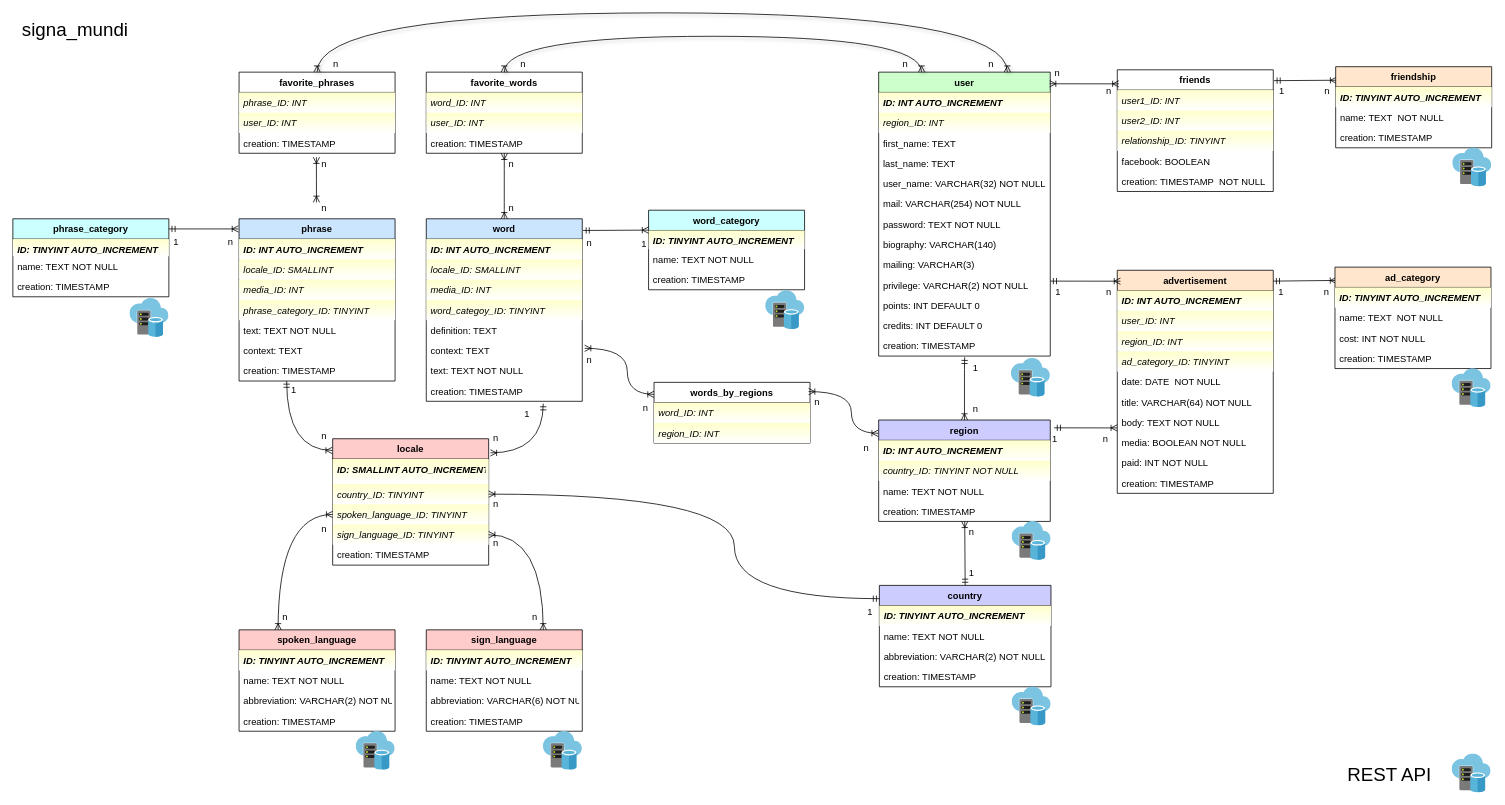
Above: SQL/Diagram.drawio in Dialvive/HandsApp-API (draw.io), before the change. Source tidied: cells renumbered, new cells numbered last; positions are measured from the earlier drawing's top-left corner, leaving out a move shared by most shapes. Both pictures are drawn from the tidied source at 78%, with x=0, y=0 at pixel (12, 12).
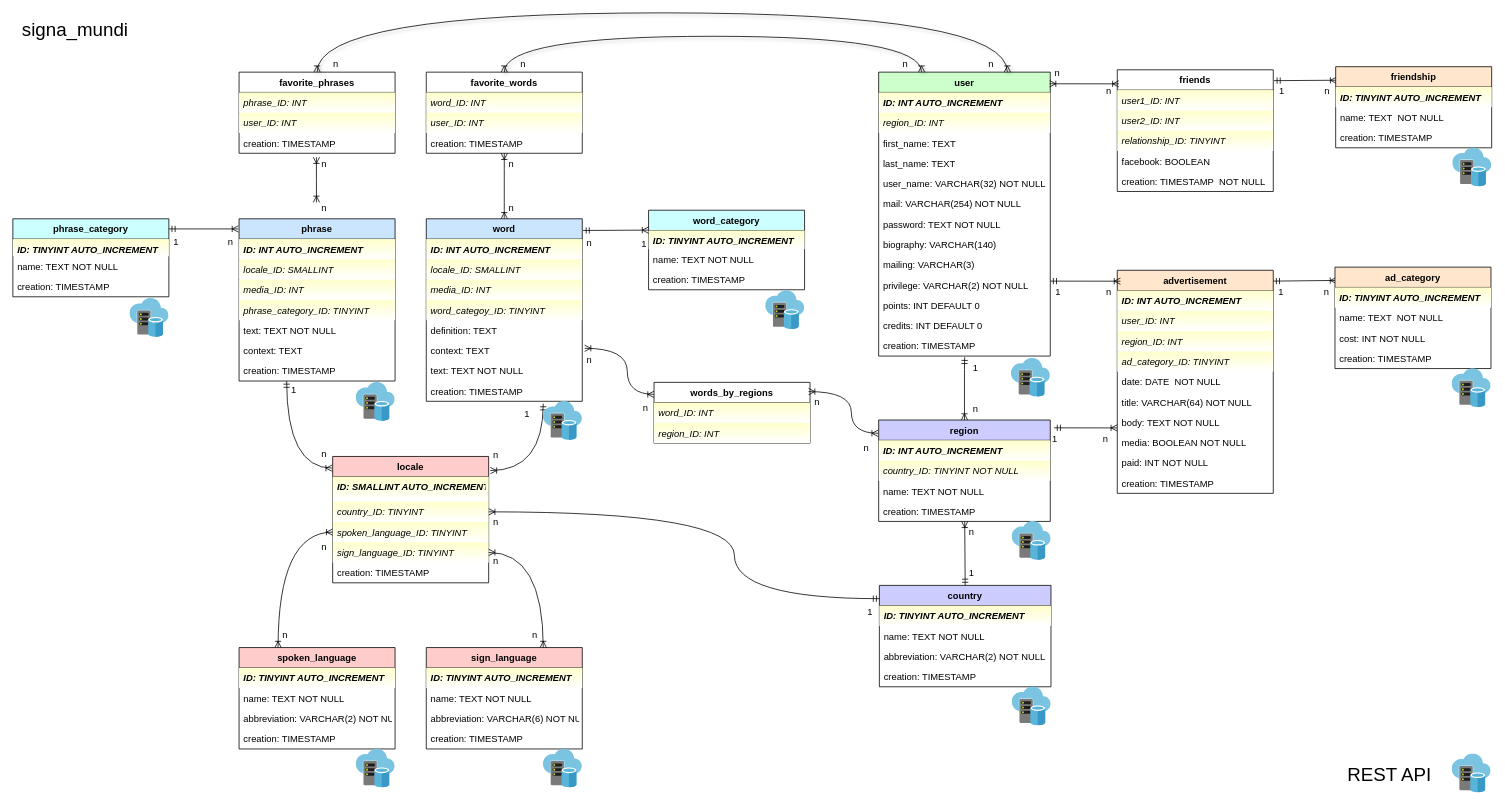
Above is the later version.

Unchanged cells that the change refers to:
```xml
<mxCell id="23" value="phrase" style="swimlane;fontStyle=1;horizontal=1;startSize=26;fillColor=#CCE5FF;" parent="1" vertex="1">
  <mxGeometry x="290" y="264" width="200" height="208" as="geometry" />
</mxCell>
<mxCell id="34" value="country" style="swimlane;fontStyle=1;horizontal=1;startSize=26;fillColor=#CCCCFF;" parent="1" vertex="1">
  <mxGeometry x="1110.9" y="734" width="220" height="130" as="geometry" />
</mxCell>
<mxCell id="45" value="ID: SMALLINT AUTO_INCREMENT" style="text;align=left;verticalAlign=top;spacingLeft=4;spacingRight=4;overflow=hidden;points=[[0,0.5],[1,0.5]];portConstraint=eastwest;fontStyle=3;labelBackgroundColor=none;fillColor=#FFFFCC;gradientColor=#FFFFFF;" parent="44" vertex="1">
  <mxGeometry y="26" width="200" height="32" as="geometry" />
</mxCell>
<mxCell id="46" value="country_ID: TINYINT" style="text;align=left;verticalAlign=top;spacingLeft=4;spacingRight=4;overflow=hidden;points=[[0,0.5],[1,0.5]];portConstraint=eastwest;fontStyle=2;labelBackgroundColor=none;fillColor=#FFFFCC;gradientColor=#FFFFFF;" parent="44" vertex="1">
  <mxGeometry y="58" width="200" height="26" as="geometry" />
</mxCell>
```

The edit, as a diff of the source:
```diff
@@
     <mxCell id="44" value="locale" style="swimlane;fontStyle=1;horizontal=1;startSize=26;fillColor=#FFCCCC;" parent="1" vertex="1">
-      <mxGeometry x="410" y="546" width="200" height="162" as="geometry" />
+      <mxGeometry x="410" y="568.7" width="200" height="162" as="geometry" />
     </mxCell>
@@
     <mxCell id="50" value="sign_language" style="swimlane;fontStyle=1;horizontal=1;startSize=26;fillColor=#FFCCCC;" parent="1" vertex="1">
-      <mxGeometry x="530" y="791" width="200" height="130" as="geometry" />
+      <mxGeometry x="530" y="813.7" width="200" height="130" as="geometry" />
     </mxCell>
@@
     <mxCell id="81" value="spoken_language" style="swimlane;fontStyle=1;horizontal=1;startSize=26;fillColor=#FFCCCC;" parent="1" vertex="1">
-      <mxGeometry x="290" y="791" width="200" height="130" as="geometry" />
+      <mxGeometry x="290" y="813.7" width="200" height="130" as="geometry" />
     </mxCell>
@@
     <mxCell id="90" style="fontSize=12;html=1;endArrow=ERoneToMany;startArrow=ERmandOne;exitX=0.001;exitY=0.131;exitDx=0;exitDy=0;edgeStyle=orthogonalEdgeStyle;curved=1;entryX=1;entryY=0.5;entryDx=0;entryDy=0;exitPerimeter=0;" parent="1" edge="1" source="34" target="46">
       <mxGeometry x="315" y="478.8" as="geometry">
         <Array as="points">
           <mxPoint x="925" y="751" />
-          <mxPoint x="925" y="617" />
+          <mxPoint x="925" y="640" />
         </Array>
       </mxGeometry>
     </mxCell>
     <mxCell id="91" style="fontSize=12;html=1;endArrow=ERoneToMany;startArrow=ERmandOne;edgeStyle=orthogonalEdgeStyle;curved=1;entryX=0.967;entryY=1.067;entryDx=0;entryDy=0;entryPerimeter=0;" parent="1" edge="1" source="23" target="92">
       <mxGeometry x="-16" y="486.9" as="geometry">
         <Array as="points">
-          <mxPoint x="351" y="561" />
+          <mxPoint x="351" y="584" />
         </Array>
       </mxGeometry>
     </mxCell>
     <mxCell id="92" value="n" style="text;strokeColor=none;fillColor=none;spacingLeft=4;spacingRight=4;overflow=hidden;points=[[0,0.5],[1,0.5]];portConstraint=eastwest;fontSize=12;labelBackgroundColor=none;" parent="1" vertex="1">
-      <mxGeometry x="390" y="529" width="20" height="30" as="geometry" />
+      <mxGeometry x="390" y="551.7" width="20" height="30" as="geometry" />
     </mxCell>
@@
     <mxCell id="95" value="n" style="text;strokeColor=none;fillColor=none;spacingLeft=4;spacingRight=4;overflow=hidden;fontSize=12;labelBackgroundColor=none;" parent="1" vertex="1">
-      <mxGeometry x="610" y="616" width="20" height="30" as="geometry" />
+      <mxGeometry x="610" y="638.7" width="20" height="30" as="geometry" />
     </mxCell>
     <mxCell id="96" value="n" style="text;strokeColor=none;fillColor=none;spacingLeft=4;spacingRight=4;overflow=hidden;fontSize=12;labelBackgroundColor=none;" parent="1" vertex="1">
-      <mxGeometry x="610" y="666" width="20" height="30" as="geometry" />
+      <mxGeometry x="610" y="688.7" width="20" height="30" as="geometry" />
     </mxCell>
     <mxCell id="97" value="n" style="text;strokeColor=none;fillColor=none;spacingLeft=4;spacingRight=4;overflow=hidden;fontSize=12;labelBackgroundColor=none;" parent="1" vertex="1">
-      <mxGeometry x="390" y="648" width="20" height="30" as="geometry" />
+      <mxGeometry x="390" y="670.7" width="20" height="30" as="geometry" />
     </mxCell>
     <mxCell id="98" value="n" style="text;strokeColor=none;fillColor=none;spacingLeft=4;spacingRight=4;overflow=hidden;fontSize=12;labelBackgroundColor=none;" parent="1" vertex="1">
-      <mxGeometry x="660" y="761" width="20" height="30" as="geometry" />
+      <mxGeometry x="660" y="783.7" width="20" height="30" as="geometry" />
     </mxCell>
     <mxCell id="99" value="n" style="text;strokeColor=none;fillColor=none;spacingLeft=4;spacingRight=4;overflow=hidden;fontSize=12;labelBackgroundColor=none;" parent="1" vertex="1">
-      <mxGeometry x="340" y="761" width="20" height="30" as="geometry" />
+      <mxGeometry x="340" y="783.7" width="20" height="30" as="geometry" />
     </mxCell>
@@
     <mxCell id="101" style="fontSize=12;html=1;endArrow=ERoneToMany;startArrow=ERmandOne;edgeStyle=orthogonalEdgeStyle;curved=1;entryX=1.011;entryY=-0.246;entryDx=0;entryDy=0;entryPerimeter=0;" parent="1" edge="1" target="45">
       <mxGeometry x="313" y="509.8" as="geometry">
         <mxPoint x="680" y="501" as="sourcePoint" />
         <Array as="points">
-          <mxPoint x="680" y="564" />
+          <mxPoint x="680" y="587" />
         </Array>
       </mxGeometry>
     </mxCell>
@@
     <mxCell id="115" value="n" style="text;strokeColor=none;fillColor=none;spacingLeft=4;spacingRight=4;overflow=hidden;fontSize=12;labelBackgroundColor=none;" parent="1" vertex="1">
-      <mxGeometry x="610" y="531" width="20" height="28" as="geometry" />
+      <mxGeometry x="610" y="553.7" width="20" height="28" as="geometry" />
     </mxCell>
@@
     <mxCell id="166" style="html=1;align=center;image;fontSize=12;image=img/lib/mscae/Virtual_Datacenter.svg;" parent="1" vertex="1">
-      <mxGeometry x="680" y="921" width="50" height="50" as="geometry" />
+      <mxGeometry x="680" y="943.7" width="50" height="50" as="geometry" />
     </mxCell>
     <mxCell id="167" style="html=1;align=center;image;fontSize=12;image=img/lib/mscae/Virtual_Datacenter.svg;" parent="1" vertex="1">
-      <mxGeometry x="440" y="921" width="50" height="50" as="geometry" />
+      <mxGeometry x="440" y="943.7" width="50" height="50" as="geometry" />
     </mxCell>
@@
+    <mxCell id="176" style="html=1;align=center;image;fontSize=12;image=img/lib/mscae/Virtual_Datacenter.svg;" parent="1" vertex="1">
+      <mxGeometry x="680" y="498" width="50" height="50" as="geometry" />
+    </mxCell>
+    <mxCell id="177" style="html=1;align=center;image;fontSize=12;image=img/lib/mscae/Virtual_Datacenter.svg;" parent="1" vertex="1">
+      <mxGeometry x="440" y="473.7" width="50" height="50" as="geometry" />
+    </mxCell>
```
